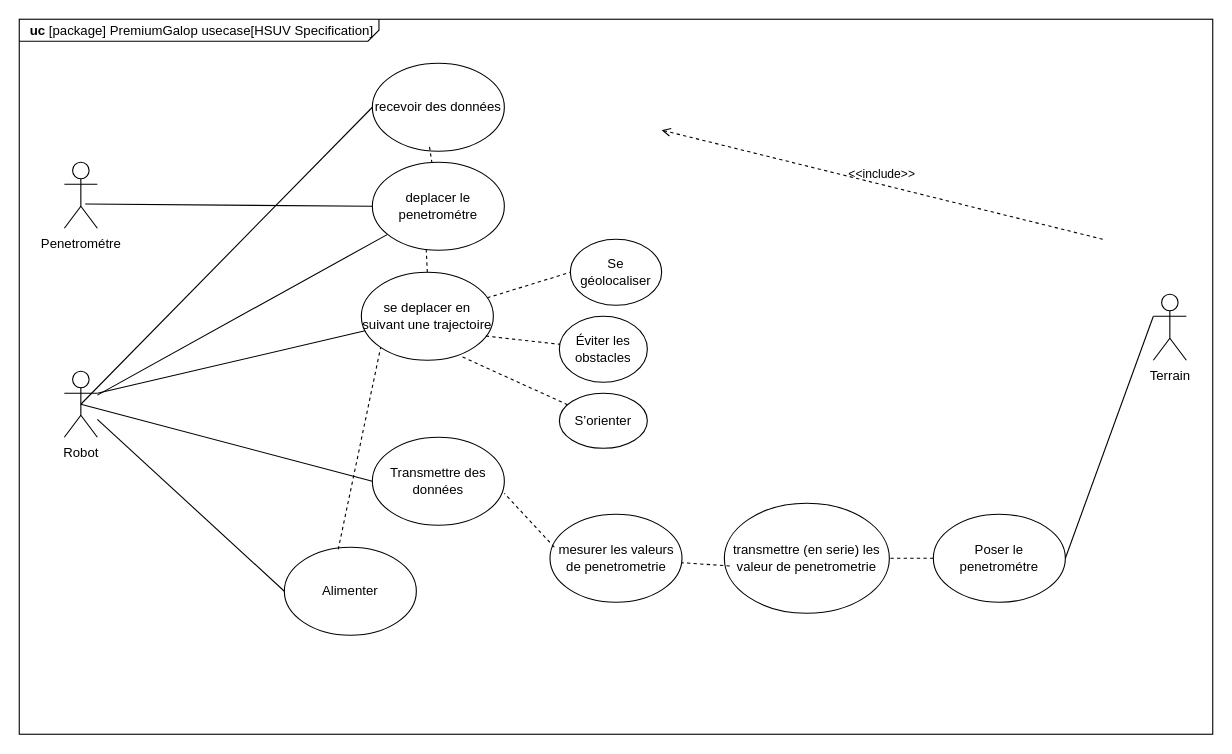
Earlier version of the draw.io diagram SYSML/UC 5.drawio (ToGen49/Hippodrome). Source tidied: cells renumbered, new cells numbered last; positions are measured from the earlier drawing's top-left corner, leaving out a move shared by most shapes. Both pictures are drawn from the tidied source at 110%, with x=0, y=0 at pixel (19, 19).
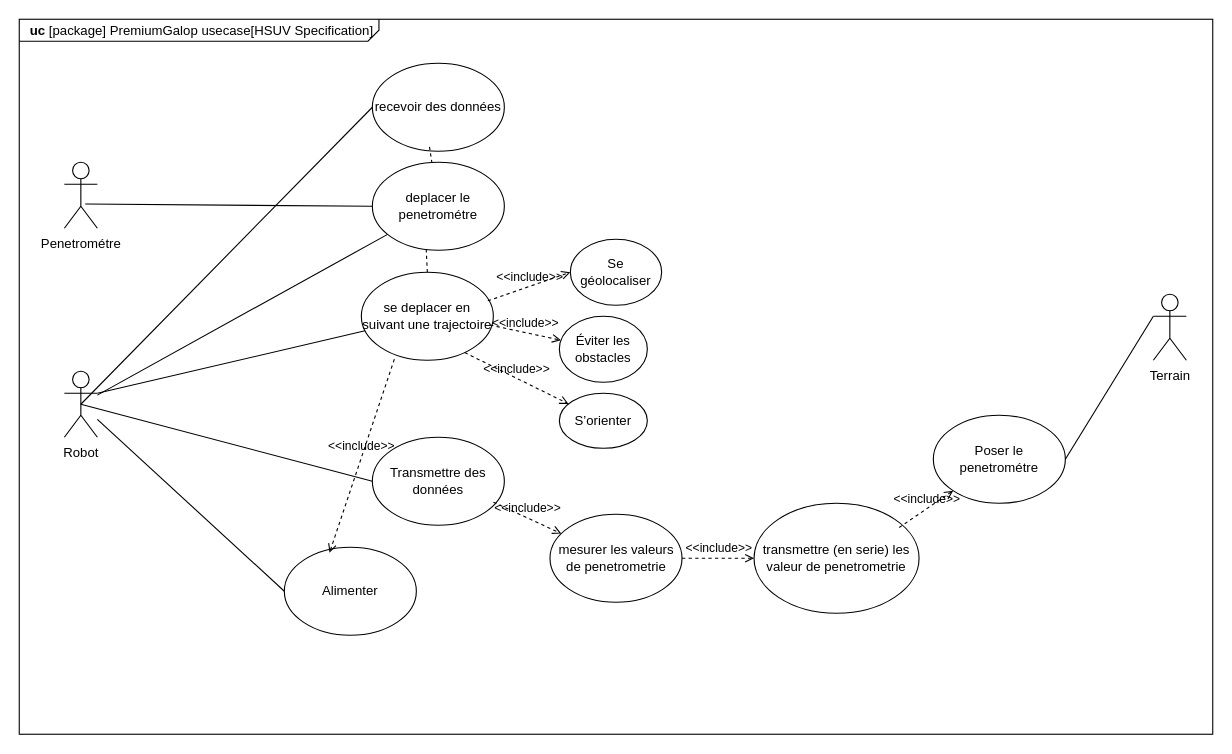
After the change.

Commit message:
Mettre à jour UC 5.drawio =)

The change refers to these unchanged cells:
```xml
<mxCell id="5" value="mesurer les valeurs de penetrometrie" style="ellipse;whiteSpace=wrap;html=1;" parent="1" vertex="1">
  <mxGeometry x="482.5" y="450" width="120" height="80" as="geometry" />
</mxCell>
<mxCell id="7" value="Alimenter" style="ellipse;whiteSpace=wrap;html=1;" parent="1" vertex="1">
  <mxGeometry x="241" y="480" width="120" height="80" as="geometry" />
</mxCell>
<mxCell id="10" value="se deplacer en suivant une trajectoire" style="ellipse;whiteSpace=wrap;html=1;" parent="1" vertex="1">
  <mxGeometry x="311" y="230" width="120" height="80" as="geometry" />
</mxCell>
<mxCell id="12" value="Se géolocaliser" style="ellipse;whiteSpace=wrap;html=1;" parent="1" vertex="1">
  <mxGeometry x="501" y="200" width="83" height="60" as="geometry" />
</mxCell>
<mxCell id="13" value="S’orienter" style="ellipse;whiteSpace=wrap;html=1;" parent="1" vertex="1">
  <mxGeometry x="491" y="340" width="80" height="50" as="geometry" />
</mxCell>
<mxCell id="14" value="Transmettre des données" style="ellipse;whiteSpace=wrap;html=1;" parent="1" vertex="1">
  <mxGeometry x="321" y="380" width="120" height="80" as="geometry" />
</mxCell>
<mxCell id="15" value="Éviter les obstacles" style="ellipse;whiteSpace=wrap;html=1;" parent="1" vertex="1">
  <mxGeometry x="491" y="270" width="80" height="60" as="geometry" />
</mxCell>
```

Change to the diagram source:
```diff
@@
     <mxCell id="6" value="transmettre (en serie) les valeur de penetrometrie" style="ellipse;whiteSpace=wrap;html=1;" parent="1" vertex="1">
-      <mxGeometry x="641" y="440" width="150" height="100" as="geometry" />
+      <mxGeometry x="668" y="440" width="150" height="100" as="geometry" />
     </mxCell>
@@
-    <mxCell id="19" style="endArrow=none;dashed=1;html=1;rounded=0;entryX=0;entryY=0.5;entryDx=0;entryDy=0;" parent="1" edge="1" source="10" target="12">
-      <mxGeometry relative="1" as="geometry" />
-    </mxCell>
     <mxCell id="20" value="Poser le penetrométre" style="ellipse;whiteSpace=wrap;html=1;" parent="1" vertex="1">
-      <mxGeometry x="831" y="450" width="120" height="80" as="geometry" />
+      <mxGeometry x="831" y="360" width="120" height="80" as="geometry" />
     </mxCell>
@@
-    <mxCell id="22" style="endArrow=none;dashed=1;html=1;rounded=0;exitX=0.942;exitY=0.725;exitDx=0;exitDy=0;exitPerimeter=0;" parent="1" edge="1" source="10" target="15">
-      <mxGeometry relative="1" as="geometry" />
-    </mxCell>
-    <mxCell id="23" style="endArrow=none;dashed=1;html=1;rounded=0;exitX=0.767;exitY=0.963;exitDx=0;exitDy=0;exitPerimeter=0;" parent="1" edge="1" source="10" target="13">
-      <mxGeometry relative="1" as="geometry" />
-    </mxCell>
@@
-    <mxCell id="26" style="endArrow=none;dashed=1;html=1;rounded=0;exitX=0.033;exitY=0.375;exitDx=0;exitDy=0;exitPerimeter=0;entryX=1;entryY=0.638;entryDx=0;entryDy=0;entryPerimeter=0;" parent="1" edge="1" source="5" target="14">
-      <mxGeometry relative="1" as="geometry" />
-    </mxCell>
-    <mxCell id="27" style="endArrow=none;dashed=1;html=1;rounded=0;exitX=0.033;exitY=0.57;exitDx=0;exitDy=0;exitPerimeter=0;" parent="1" edge="1" source="6" target="5">
-      <mxGeometry relative="1" as="geometry" />
-    </mxCell>
-    <mxCell id="28" style="endArrow=none;dashed=1;html=1;rounded=0;exitX=0;exitY=0.5;exitDx=0;exitDy=0;" parent="1" edge="1" source="20" target="6">
-      <mxGeometry relative="1" as="geometry" />
-    </mxCell>
-    <mxCell id="29" style="endArrow=none;dashed=1;html=1;rounded=0;exitX=0.408;exitY=0.025;exitDx=0;exitDy=0;exitPerimeter=0;entryX=0;entryY=1;entryDx=0;entryDy=0;" parent="1" edge="1" source="7" target="10">
-      <mxGeometry relative="1" as="geometry" />
-    </mxCell>
@@
-    <mxCell id="33" value="&amp;lt;&amp;lt;include&amp;gt;&amp;gt;" style="edgeStyle=none;html=1;endArrow=open;verticalAlign=bottom;dashed=1;labelBackgroundColor=none;rounded=0;" parent="1" edge="1">
-      <mxGeometry relative="1" as="geometry">
-        <mxPoint x="985" y="200" as="sourcePoint" />
-        <mxPoint x="584" y="100.8" as="targetPoint" />
-      </mxGeometry>
+    <mxCell id="33" value="&amp;lt;&amp;lt;include&amp;gt;&amp;gt;" style="edgeStyle=none;html=1;endArrow=open;verticalAlign=bottom;dashed=1;labelBackgroundColor=none;rounded=0;exitX=0.958;exitY=0.325;exitDx=0;exitDy=0;exitPerimeter=0;entryX=0;entryY=0.5;entryDx=0;entryDy=0;" parent="1" edge="1" source="10" target="12">
+      <mxGeometry relative="1" as="geometry" />
     </mxCell>
+    <mxCell id="34" value="&amp;lt;&amp;lt;include&amp;gt;&amp;gt;" style="edgeStyle=none;html=1;endArrow=open;verticalAlign=bottom;dashed=1;labelBackgroundColor=none;rounded=0;exitX=0.25;exitY=0.988;exitDx=0;exitDy=0;exitPerimeter=0;entryX=0.342;entryY=0.063;entryDx=0;entryDy=0;entryPerimeter=0;" parent="1" edge="1" source="10" target="7">
+      <mxGeometry relative="1" as="geometry" />
+    </mxCell>
+    <mxCell id="22" value="&amp;lt;&amp;lt;include&amp;gt;&amp;gt;" style="edgeStyle=none;html=1;endArrow=open;verticalAlign=bottom;dashed=1;labelBackgroundColor=none;rounded=0;exitX=0.975;exitY=0.6;exitDx=0;exitDy=0;exitPerimeter=0;" parent="1" edge="1" source="10" target="15">
+      <mxGeometry relative="1" as="geometry" />
+    </mxCell>
+    <mxCell id="23" value="&amp;lt;&amp;lt;include&amp;gt;&amp;gt;" style="edgeStyle=none;html=1;endArrow=open;verticalAlign=bottom;dashed=1;labelBackgroundColor=none;rounded=0;exitX=0.783;exitY=0.913;exitDx=0;exitDy=0;exitPerimeter=0;" parent="1" edge="1" source="10" target="13">
+      <mxGeometry relative="1" as="geometry" />
+    </mxCell>
+    <mxCell id="35" value="&amp;lt;&amp;lt;include&amp;gt;&amp;gt;" style="edgeStyle=none;html=1;endArrow=open;verticalAlign=bottom;dashed=1;labelBackgroundColor=none;rounded=0;exitX=0.917;exitY=0.738;exitDx=0;exitDy=0;exitPerimeter=0;" parent="1" edge="1" source="14" target="5">
+      <mxGeometry relative="1" as="geometry" />
+    </mxCell>
+    <mxCell id="36" value="&amp;lt;&amp;lt;include&amp;gt;&amp;gt;" style="edgeStyle=none;html=1;endArrow=open;verticalAlign=bottom;dashed=1;labelBackgroundColor=none;rounded=0;exitX=1;exitY=0.5;exitDx=0;exitDy=0;" parent="1" edge="1" source="5" target="6">
+      <mxGeometry relative="1" as="geometry" />
+    </mxCell>
+    <mxCell id="37" value="&amp;lt;&amp;lt;include&amp;gt;&amp;gt;" style="edgeStyle=none;html=1;endArrow=open;verticalAlign=bottom;dashed=1;labelBackgroundColor=none;rounded=0;exitX=0.88;exitY=0.22;exitDx=0;exitDy=0;exitPerimeter=0;" parent="1" edge="1" source="6" target="20">
+      <mxGeometry relative="1" as="geometry" />
+    </mxCell>
```
